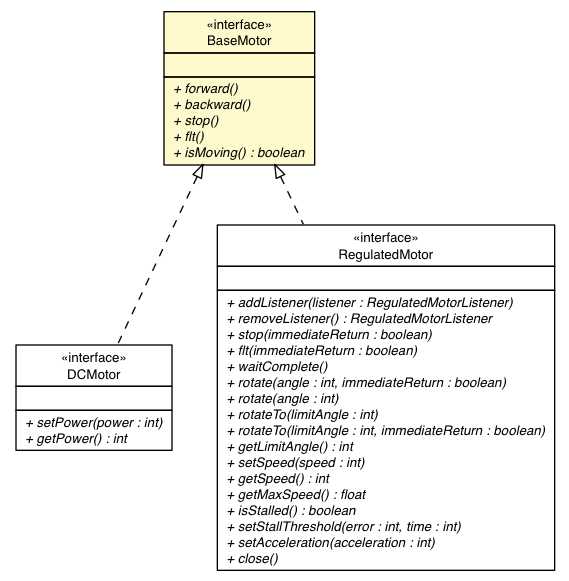
Earlier version of the Graphviz export docs/api/lejos/robotics/BaseMotor.png (DMyTryC/ev3dev-lang-java). Its source is kept beside it as docs/api/lejos/robotics/BaseMotor.dot.
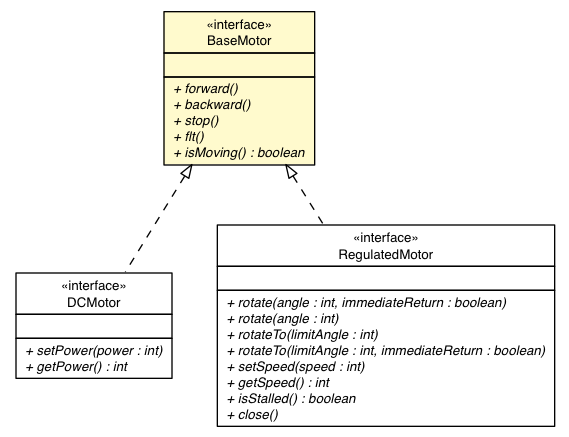
Above is the later version.

Diff of the diagram source:
```diff
@@ -4,7 +4,7 @@
 	node [fontname="Helvetica",fontsize=10,shape=plaintext];
 	nodesep=0.25;
 	ranksep=0.5;
-	c782 [label=<<table title="lejos.robotics.BaseMotor" border="0" cellborder="1" cellspacing="0" cellpadding="2" port="p" bgcolor="lemonChiffon" href="./BaseMotor.html">
+	c1137 [label=<<table title="lejos.robotics.BaseMotor" border="0" cellborder="1" cellspacing="0" cellpadding="2" port="p" bgcolor="lemonChiffon" href="./BaseMotor.html">
 		<tr><td><table border="0" cellspacing="0" cellpadding="1">
 <tr><td align="center" balign="center"> &#171;interface&#187; </td></tr>
 <tr><td align="center" balign="center"> BaseMotor </td></tr>
@@ -20,7 +20,7 @@
 <tr><td align="left" balign="left"><font face="Helvetica-Oblique" point-size="10.0"> + isMoving() : boolean </font></td></tr>
 		</table></td></tr>
 		</table>>, URL="./BaseMotor.html", fontname="Helvetica", fontcolor="black", fontsize=10.0];
-	c784 [label=<<table title="lejos.robotics.DCMotor" border="0" cellborder="1" cellspacing="0" cellpadding="2" port="p" href="./DCMotor.html">
+	c1141 [label=<<table title="lejos.robotics.DCMotor" border="0" cellborder="1" cellspacing="0" cellpadding="2" port="p" href="./DCMotor.html">
 		<tr><td><table border="0" cellspacing="0" cellpadding="1">
 <tr><td align="center" balign="center"> &#171;interface&#187; </td></tr>
 <tr><td align="center" balign="center"> DCMotor </td></tr>
@@ -33,7 +33,7 @@
 <tr><td align="left" balign="left"><font face="Helvetica-Oblique" point-size="10.0"> + getPower() : int </font></td></tr>
 		</table></td></tr>
 		</table>>, URL="./DCMotor.html", fontname="Helvetica", fontcolor="black", fontsize=10.0];
-	c786 [label=<<table title="lejos.robotics.RegulatedMotor" border="0" cellborder="1" cellspacing="0" cellpadding="2" port="p" href="./RegulatedMotor.html">
+	c1144 [label=<<table title="lejos.robotics.RegulatedMotor" border="0" cellborder="1" cellspacing="0" cellpadding="2" port="p" href="./RegulatedMotor.html">
 		<tr><td><table border="0" cellspacing="0" cellpadding="1">
 <tr><td align="center" balign="center"> &#171;interface&#187; </td></tr>
 <tr><td align="center" balign="center"> RegulatedMotor </td></tr>
@@ -42,25 +42,16 @@
 <tr><td align="left" balign="left">  </td></tr>
 		</table></td></tr>
 		<tr><td><table border="0" cellspacing="0" cellpadding="1">
-<tr><td align="left" balign="left"><font face="Helvetica-Oblique" point-size="10.0"> + addListener(listener : RegulatedMotorListener) </font></td></tr>
-<tr><td align="left" balign="left"><font face="Helvetica-Oblique" point-size="10.0"> + removeListener() : RegulatedMotorListener </font></td></tr>
-<tr><td align="left" balign="left"><font face="Helvetica-Oblique" point-size="10.0"> + stop(immediateReturn : boolean) </font></td></tr>
-<tr><td align="left" balign="left"><font face="Helvetica-Oblique" point-size="10.0"> + flt(immediateReturn : boolean) </font></td></tr>
-<tr><td align="left" balign="left"><font face="Helvetica-Oblique" point-size="10.0"> + waitComplete() </font></td></tr>
 <tr><td align="left" balign="left"><font face="Helvetica-Oblique" point-size="10.0"> + rotate(angle : int, immediateReturn : boolean) </font></td></tr>
 <tr><td align="left" balign="left"><font face="Helvetica-Oblique" point-size="10.0"> + rotate(angle : int) </font></td></tr>
 <tr><td align="left" balign="left"><font face="Helvetica-Oblique" point-size="10.0"> + rotateTo(limitAngle : int) </font></td></tr>
 <tr><td align="left" balign="left"><font face="Helvetica-Oblique" point-size="10.0"> + rotateTo(limitAngle : int, immediateReturn : boolean) </font></td></tr>
-<tr><td align="left" balign="left"><font face="Helvetica-Oblique" point-size="10.0"> + getLimitAngle() : int </font></td></tr>
 <tr><td align="left" balign="left"><font face="Helvetica-Oblique" point-size="10.0"> + setSpeed(speed : int) </font></td></tr>
 <tr><td align="left" balign="left"><font face="Helvetica-Oblique" point-size="10.0"> + getSpeed() : int </font></td></tr>
-<tr><td align="left" balign="left"><font face="Helvetica-Oblique" point-size="10.0"> + getMaxSpeed() : float </font></td></tr>
 <tr><td align="left" balign="left"><font face="Helvetica-Oblique" point-size="10.0"> + isStalled() : boolean </font></td></tr>
-<tr><td align="left" balign="left"><font face="Helvetica-Oblique" point-size="10.0"> + setStallThreshold(error : int, time : int) </font></td></tr>
-<tr><td align="left" balign="left"><font face="Helvetica-Oblique" point-size="10.0"> + setAcceleration(acceleration : int) </font></td></tr>
 <tr><td align="left" balign="left"><font face="Helvetica-Oblique" point-size="10.0"> + close() </font></td></tr>
 		</table></td></tr>
 		</table>>, URL="./RegulatedMotor.html", fontname="Helvetica", fontcolor="black", fontsize=10.0];
-	c782:p -> c784:p [dir=back,arrowtail=empty,style=dashed];
-	c782:p -> c786:p [dir=back,arrowtail=empty,style=dashed];
+	c1137:p -> c1141:p [dir=back,arrowtail=empty,style=dashed];
+	c1137:p -> c1144:p [dir=back,arrowtail=empty,style=dashed];
 }
```
